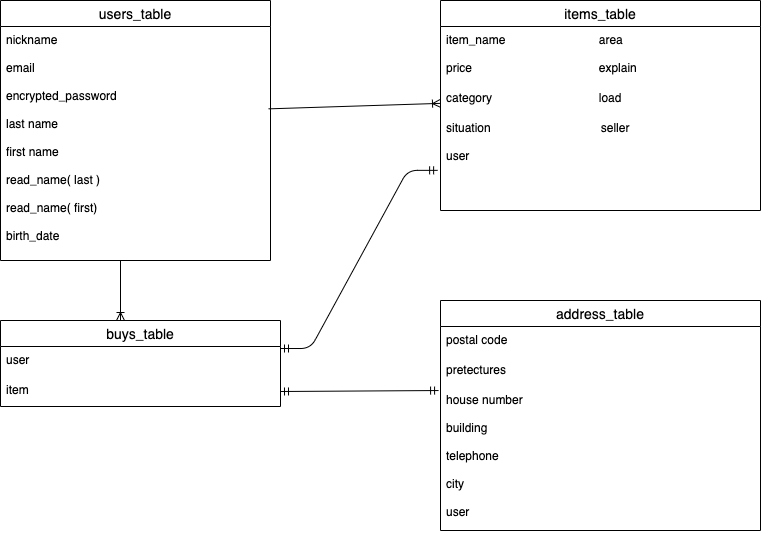
The draw.io diagram ER.png in stillho/furima-36860, before a commit. Source tidied: cells renumbered, new cells last; positions are measured from the earlier drawing's top-left corner, leaving out a move shared by most shapes.
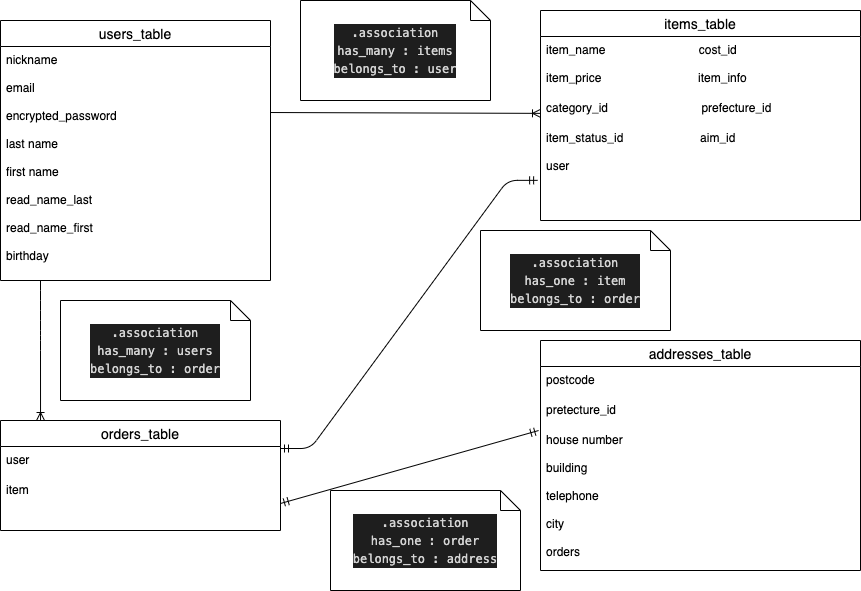
Above is the later version.

The edit, as a diff of the source:
```diff
@@ -8,56 +8,72 @@
     <mxCell id="3" value="nickname&#10;&#10;email&#10;&#10;encrypted_password&#10;&#10;&#10;&#10;" style="text;strokeColor=none;fillColor=none;spacingLeft=4;spacingRight=4;overflow=hidden;points=[[0,0.5],[1,0.5]];portConstraint=eastwest;fontSize=12;" parent="2" vertex="1">
       <mxGeometry y="26" width="270" height="84" as="geometry" />
     </mxCell>
-    <mxCell id="4" value="last name&#10;&#10;first name&#10;&#10;read_name( last )&#10;&#10;read_name( first)&#10;&#10;birth_date" style="text;strokeColor=none;fillColor=none;spacingLeft=4;spacingRight=4;overflow=hidden;points=[[0,0.5],[1,0.5]];portConstraint=eastwest;fontSize=12;" parent="2" vertex="1">
+    <mxCell id="4" value="last name&#10;&#10;first name&#10;&#10;read_name_last&#10;&#10;read_name_first&#10;&#10;birthday" style="text;strokeColor=none;fillColor=none;spacingLeft=4;spacingRight=4;overflow=hidden;points=[[0,0.5],[1,0.5]];portConstraint=eastwest;fontSize=12;" parent="2" vertex="1">
       <mxGeometry y="110" width="270" height="150" as="geometry" />
     </mxCell>
     <mxCell id="5" value="items_table" style="swimlane;fontStyle=0;horizontal=1;startSize=26;align=center;fontSize=14;" parent="1" vertex="1">
-      <mxGeometry x="440" width="320" height="210" as="geometry" />
+      <mxGeometry x="540" y="-10" width="320" height="210" as="geometry" />
     </mxCell>
-    <mxCell id="6" value="item_name                            area&#10;&#10;price                                      explain&#10;&#10;                                              aim&#10;" style="text;strokeColor=none;fillColor=none;spacingLeft=4;spacingRight=4;overflow=hidden;fontSize=12;" parent="5" vertex="1">
+    <mxCell id="6" value="item_name                            cost_id&#10;&#10;item_price                             item_info&#10;&#10;              _id                           &#10;" style="text;strokeColor=none;fillColor=none;spacingLeft=4;spacingRight=4;overflow=hidden;fontSize=12;" parent="5" vertex="1">
       <mxGeometry y="26" width="320" height="44" as="geometry" />
     </mxCell>
-    <mxCell id="7" value="&#10;category                                load&#10;" style="text;strokeColor=none;fillColor=none;spacingLeft=4;spacingRight=4;overflow=hidden;fontSize=12;" parent="5" vertex="1">
+    <mxCell id="7" value="&#10;category_id                            prefecture_id&#10;" style="text;strokeColor=none;fillColor=none;spacingLeft=4;spacingRight=4;overflow=hidden;fontSize=12;" parent="5" vertex="1">
       <mxGeometry y="70" width="320" height="30" as="geometry" />
     </mxCell>
-    <mxCell id="8" value="&#10;situation                                 seller                                 &#10;&#10;user&#10;&#10;&#10;&#10;&#10;" style="text;strokeColor=none;fillColor=none;spacingLeft=4;spacingRight=4;overflow=hidden;points=[[0,0.5],[1,0.5]];portConstraint=eastwest;fontSize=12;" parent="5" vertex="1">
+    <mxCell id="8" value="&#10;item_status_id                       aim_id                                                                  &#10;&#10;user&#10;&#10;&#10;&#10;&#10;" style="text;strokeColor=none;fillColor=none;spacingLeft=4;spacingRight=4;overflow=hidden;points=[[0,0.5],[1,0.5]];portConstraint=eastwest;fontSize=12;" parent="5" vertex="1">
       <mxGeometry y="100" width="320" height="110" as="geometry" />
     </mxCell>
-    <mxCell id="9" value="buys_table" style="swimlane;fontStyle=0;horizontal=1;startSize=26;align=center;fontSize=14;" parent="1" vertex="1">
-      <mxGeometry y="320" width="280" height="86" as="geometry" />
+    <mxCell id="9" value="orders_table" style="swimlane;fontStyle=0;horizontal=1;startSize=26;align=center;fontSize=14;" parent="1" vertex="1">
+      <mxGeometry y="400" width="280" height="110" as="geometry" />
     </mxCell>
     <mxCell id="10" value="user" style="text;strokeColor=none;fillColor=none;spacingLeft=4;spacingRight=4;overflow=hidden;points=[[0,0.5],[1,0.5]];portConstraint=eastwest;fontSize=12;" parent="9" vertex="1">
       <mxGeometry y="26" width="280" height="30" as="geometry" />
     </mxCell>
-    <mxCell id="11" value="item&#10;" style="text;strokeColor=none;fillColor=none;spacingLeft=4;spacingRight=4;overflow=hidden;points=[[0,0.5],[1,0.5]];portConstraint=eastwest;fontSize=12;" parent="9" vertex="1">
-      <mxGeometry y="56" width="280" height="30" as="geometry" />
+    <mxCell id="11" value="item" style="text;strokeColor=none;fillColor=none;spacingLeft=4;spacingRight=4;overflow=hidden;points=[[0,0.5],[1,0.5]];portConstraint=eastwest;fontSize=12;" parent="9" vertex="1">
+      <mxGeometry y="56" width="280" height="54" as="geometry" />
     </mxCell>
-    <mxCell id="12" style="fontSize=12;html=1;endArrow=ERoneToMany;verticalAlign=middle;" parent="1" edge="1">
+    <mxCell id="12" style="fontSize=12;html=1;endArrow=ERoneToMany;verticalAlign=middle;entryX=0.143;entryY=0;entryDx=0;entryDy=0;entryPerimeter=0;" parent="1" edge="1" target="9">
       <mxGeometry relative="1" as="geometry">
-        <mxPoint x="120" y="260" as="sourcePoint" />
-        <mxPoint x="120" y="320" as="targetPoint" />
+        <mxPoint x="40" y="260" as="sourcePoint" />
+        <Array as="points">
+          <mxPoint x="40" y="280" />
+          <mxPoint x="40" y="310" />
+          <mxPoint x="40" y="320" />
+        </Array>
       </mxGeometry>
     </mxCell>
-    <mxCell id="13" style="fontSize=12;html=1;endArrow=ERoneToMany;verticalAlign=middle;entryX=0;entryY=0.026;entryDx=0;entryDy=0;entryPerimeter=0;exitX=0.993;exitY=-0.011;exitDx=0;exitDy=0;exitPerimeter=0;" parent="1" edge="1" source="4" target="8">
+    <mxCell id="13" style="fontSize=12;html=1;endArrow=ERoneToMany;verticalAlign=middle;entryX=0;entryY=0.026;entryDx=0;entryDy=0;entryPerimeter=0;exitX=1;exitY=0.786;exitDx=0;exitDy=0;exitPerimeter=0;" parent="1" edge="1" source="3" target="8">
       <mxGeometry relative="1" as="geometry" />
     </mxCell>
     <mxCell id="14" style="edgeStyle=entityRelationEdgeStyle;fontSize=12;html=1;endArrow=ERmandOne;startArrow=ERmandOne;verticalAlign=middle;exitX=1;exitY=0.067;exitDx=0;exitDy=0;exitPerimeter=0;entryX=-0.009;entryY=0.635;entryDx=0;entryDy=0;entryPerimeter=0;" parent="1" edge="1" source="10" target="8">
       <mxGeometry relative="1" as="geometry" />
     </mxCell>
-    <mxCell id="15" value="address_table" style="swimlane;fontStyle=0;horizontal=1;startSize=26;align=center;fontSize=14;" parent="1" vertex="1">
-      <mxGeometry x="440" y="300" width="320" height="230" as="geometry" />
+    <mxCell id="15" value="addresses_table" style="swimlane;fontStyle=0;horizontal=1;startSize=26;align=center;fontSize=14;" parent="1" vertex="1">
+      <mxGeometry x="540" y="320" width="320" height="230" as="geometry" />
     </mxCell>
-    <mxCell id="16" value="postal code" style="text;strokeColor=none;fillColor=none;spacingLeft=4;spacingRight=4;overflow=hidden;fontSize=12;" parent="15" vertex="1">
+    <mxCell id="16" value="postcode" style="text;strokeColor=none;fillColor=none;spacingLeft=4;spacingRight=4;overflow=hidden;fontSize=12;" parent="15" vertex="1">
       <mxGeometry y="26" width="320" height="30" as="geometry" />
     </mxCell>
-    <mxCell id="17" value="pretectures" style="text;strokeColor=none;fillColor=none;spacingLeft=4;spacingRight=4;overflow=hidden;fontSize=12;" parent="15" vertex="1">
+    <mxCell id="17" value="pretecture_id" style="text;strokeColor=none;fillColor=none;spacingLeft=4;spacingRight=4;overflow=hidden;fontSize=12;" parent="15" vertex="1">
       <mxGeometry y="56" width="320" height="30" as="geometry" />
     </mxCell>
-    <mxCell id="18" value="house number&#10;&#10;building&#10;&#10;telephone&#10;&#10;city&#10;&#10;user" style="text;strokeColor=none;fillColor=none;spacingLeft=4;spacingRight=4;overflow=hidden;points=[[0,0.5],[1,0.5]];portConstraint=eastwest;fontSize=12;" parent="15" vertex="1">
+    <mxCell id="18" value="house number&#10;&#10;building&#10;&#10;telephone&#10;&#10;city&#10;&#10;orders" style="text;strokeColor=none;fillColor=none;spacingLeft=4;spacingRight=4;overflow=hidden;points=[[0,0.5],[1,0.5]];portConstraint=eastwest;fontSize=12;" parent="15" vertex="1">
       <mxGeometry y="86" width="320" height="144" as="geometry" />
     </mxCell>
     <mxCell id="19" style="fontSize=12;html=1;endArrow=ERmandOne;startArrow=ERmandOne;exitX=1;exitY=0.5;exitDx=0;exitDy=0;entryX=-0.006;entryY=0.028;entryDx=0;entryDy=0;entryPerimeter=0;" parent="1" edge="1" source="11" target="18">
       <mxGeometry relative="1" as="geometry" />
     </mxCell>
+    <mxCell id="20" value="&lt;div style=&quot;color: rgb(212 , 212 , 212) ; background-color: rgb(30 , 30 , 30) ; font-family: &amp;#34;menlo&amp;#34; , &amp;#34;monaco&amp;#34; , &amp;#34;courier new&amp;#34; , monospace ; line-height: 18px&quot;&gt;&lt;div&gt;.association&lt;/div&gt;&lt;div&gt;has_many : items&lt;/div&gt;&lt;div&gt;belongs_to : user&lt;/div&gt;&lt;/div&gt;" style="shape=note;size=20;whiteSpace=wrap;html=1;" parent="1" vertex="1">
+      <mxGeometry x="300" y="-20" width="190" height="100" as="geometry" />
+    </mxCell>
+    <mxCell id="21" value="&lt;div style=&quot;color: rgb(212 , 212 , 212) ; background-color: rgb(30 , 30 , 30) ; font-family: &amp;#34;menlo&amp;#34; , &amp;#34;monaco&amp;#34; , &amp;#34;courier new&amp;#34; , monospace ; line-height: 18px&quot;&gt;&lt;div&gt;.association&lt;/div&gt;&lt;div&gt;has_many : users&lt;/div&gt;&lt;div&gt;belongs_to : order&lt;/div&gt;&lt;/div&gt;" style="shape=note;size=20;whiteSpace=wrap;html=1;" parent="1" vertex="1">
+      <mxGeometry x="60" y="280" width="190" height="100" as="geometry" />
+    </mxCell>
+    <mxCell id="22" value="&lt;div style=&quot;color: rgb(212 , 212 , 212) ; background-color: rgb(30 , 30 , 30) ; font-family: &amp;#34;menlo&amp;#34; , &amp;#34;monaco&amp;#34; , &amp;#34;courier new&amp;#34; , monospace ; line-height: 18px&quot;&gt;&lt;div&gt;.association&lt;/div&gt;&lt;div&gt;has_one : item&lt;/div&gt;&lt;div&gt;belongs_to : order&lt;/div&gt;&lt;/div&gt;" style="shape=note;size=20;whiteSpace=wrap;html=1;" parent="1" vertex="1">
+      <mxGeometry x="480" y="210" width="190" height="100" as="geometry" />
+    </mxCell>
+    <mxCell id="23" value="&lt;div style=&quot;color: rgb(212 , 212 , 212) ; background-color: rgb(30 , 30 , 30) ; font-family: &amp;#34;menlo&amp;#34; , &amp;#34;monaco&amp;#34; , &amp;#34;courier new&amp;#34; , monospace ; line-height: 18px&quot;&gt;&lt;div&gt;.association&lt;/div&gt;&lt;div&gt;has_one : order&lt;/div&gt;&lt;div&gt;belongs_to : address&lt;/div&gt;&lt;/div&gt;" style="shape=note;size=20;whiteSpace=wrap;html=1;" parent="1" vertex="1">
+      <mxGeometry x="330" y="470" width="190" height="100" as="geometry" />
+    </mxCell>
   </root>
 </mxGraphModel>
```
